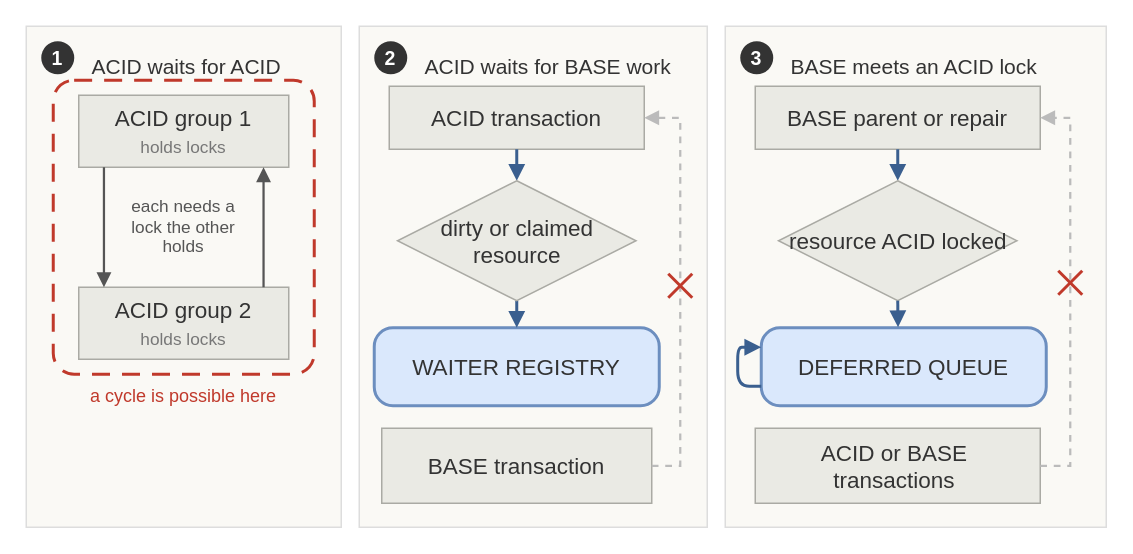
mililika/bachelor-thesis-tum-acid-base-adaptivity keeps this draw.io diagram as figures/fig-deadlock-freedom.drawio. Above is the earlier version. Source tidied: cells renumbered, new cells numbered last; positions are measured from the earlier drawing's top-left corner, leaving out a move shared by most shapes. Both pictures are drawn from the tidied source at 150%, with x=0, y=0 at pixel (26, 26).
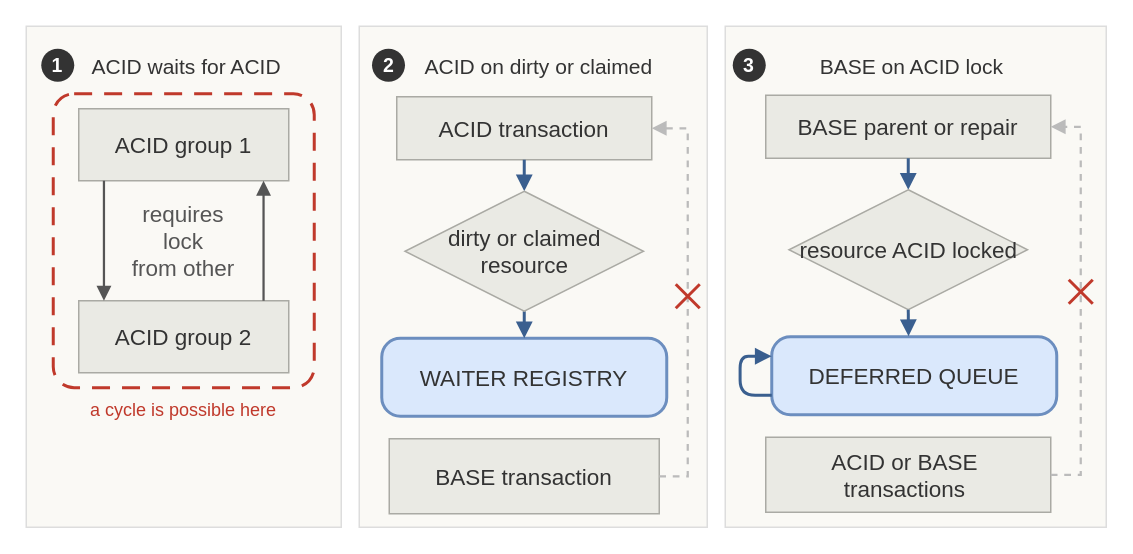
The same diagram, later.

Diff of the diagram source:
```diff
@@
-    <mxCell id="3" value="&lt;span style=&quot;font-weight: normal;&quot;&gt;ACID waits for BASE work&lt;/span&gt;" style="rounded=0;whiteSpace=wrap;html=1;fillColor=#faf9f5;strokeColor=#dddddd;verticalAlign=top;align=left;spacingLeft=42;spacingTop=12;fontSize=14;fontFamily=Helvetica;fontColor=#333333;fontStyle=1;" parent="1" vertex="1">
+    <mxCell id="3" value="&lt;span style=&quot;font-weight: normal;&quot;&gt;ACID on dirty or claimed&lt;/span&gt;" style="rounded=0;whiteSpace=wrap;html=1;fillColor=#faf9f5;strokeColor=#dddddd;verticalAlign=top;align=left;spacingLeft=42;spacingTop=12;fontSize=14;fontFamily=Helvetica;fontColor=#333333;fontStyle=1;" parent="1" vertex="1">
       <mxGeometry x="222" width="232" height="334" as="geometry" />
     </mxCell>
-    <mxCell id="4" value="&lt;span style=&quot;font-weight: normal;&quot;&gt;BASE meets an ACID lock&lt;/span&gt;" style="rounded=0;whiteSpace=wrap;html=1;fillColor=#faf9f5;strokeColor=#dddddd;verticalAlign=top;align=left;spacingLeft=42;spacingTop=12;fontSize=14;fontFamily=Helvetica;fontColor=#333333;fontStyle=1;" parent="1" vertex="1">
+    <mxCell id="4" value="&lt;span style=&quot;font-weight: normal;&quot;&gt;&amp;nbsp; &amp;nbsp; &amp;nbsp;BASE on ACID lock&lt;/span&gt;" style="rounded=0;whiteSpace=wrap;html=1;fillColor=#faf9f5;strokeColor=#dddddd;verticalAlign=top;align=left;spacingLeft=42;spacingTop=12;fontSize=14;fontFamily=Helvetica;fontColor=#333333;fontStyle=1;" parent="1" vertex="1">
       <mxGeometry x="466" width="254" height="334" as="geometry" />
     </mxCell>
     <mxCell id="5" style="rounded=1;arcSize=8;whiteSpace=wrap;html=1;fillColor=none;strokeColor=#c0392b;strokeWidth=2;dashed=1;dashPattern=6 4;" parent="1" vertex="1">
-      <mxGeometry x="18" y="36" width="174" height="196" as="geometry" />
+      <mxGeometry x="18" y="45" width="174" height="196" as="geometry" />
     </mxCell>
-    <mxCell id="6" value="ACID group 1&lt;br&gt;&lt;font style=&quot;font-size: 11.5px;&quot; color=&quot;#777777&quot;&gt;holds locks&lt;/font&gt;" style="rounded=0;whiteSpace=wrap;html=1;fillColor=#eaeae4;strokeColor=#aaaaa4;fontFamily=Helvetica;fontSize=15;fontColor=#333333;" parent="1" vertex="1">
-      <mxGeometry x="35" y="46" width="140" height="48" as="geometry" />
+    <mxCell id="6" value="ACID group 1" style="rounded=0;whiteSpace=wrap;html=1;fillColor=#eaeae4;strokeColor=#aaaaa4;fontFamily=Helvetica;fontSize=15;fontColor=#333333;" parent="1" vertex="1">
+      <mxGeometry x="35" y="55" width="140" height="48" as="geometry" />
     </mxCell>
-    <mxCell id="7" value="ACID group 2&lt;br&gt;&lt;font style=&quot;font-size: 11.5px;&quot; color=&quot;#777777&quot;&gt;holds locks&lt;/font&gt;" style="rounded=0;whiteSpace=wrap;html=1;fillColor=#eaeae4;strokeColor=#aaaaa4;fontFamily=Helvetica;fontSize=15;fontColor=#333333;" parent="1" vertex="1">
-      <mxGeometry x="35" y="174" width="140" height="48" as="geometry" />
+    <mxCell id="7" value="ACID group 2" style="rounded=0;whiteSpace=wrap;html=1;fillColor=#eaeae4;strokeColor=#aaaaa4;fontFamily=Helvetica;fontSize=15;fontColor=#333333;" parent="1" vertex="1">
+      <mxGeometry x="35" y="183" width="140" height="48" as="geometry" />
     </mxCell>
@@
-    <mxCell id="10" value="each needs a lock the other holds" style="text;html=1;whiteSpace=wrap;align=center;verticalAlign=middle;fontSize=11.5;fontFamily=Helvetica;fontColor=#555555;" parent="1" vertex="1">
-      <mxGeometry x="63" y="109" width="84" height="50" as="geometry" />
+    <mxCell id="10" value="requires lock&lt;div&gt;from other&lt;/div&gt;" style="text;html=1;whiteSpace=wrap;align=center;verticalAlign=middle;fontSize=15;fontFamily=Helvetica;fontColor=#555555;" parent="1" vertex="1">
+      <mxGeometry x="63" y="118" width="84" height="50" as="geometry" />
     </mxCell>
     <mxCell id="11" value="&lt;span style=&quot;font-weight: normal;&quot;&gt;a cycle is possible here&lt;/span&gt;" style="text;html=1;whiteSpace=wrap;align=center;verticalAlign=middle;fontSize=12;fontFamily=Helvetica;fontColor=#c0392b;fontStyle=1;" parent="1" vertex="1">
-      <mxGeometry x="18" y="238" width="174" height="18" as="geometry" />
+      <mxGeometry x="18" y="247" width="174" height="18" as="geometry" />
     </mxCell>
     <mxCell id="12" value="ACID transaction" style="rounded=0;whiteSpace=wrap;html=1;fillColor=#eaeae4;strokeColor=#aaaaa4;fontFamily=Helvetica;fontSize=15;fontColor=#333333;" parent="1" vertex="1">
-      <mxGeometry x="242" y="40" width="170" height="42" as="geometry" />
+      <mxGeometry x="247" y="47" width="170" height="42" as="geometry" />
     </mxCell>
     <mxCell id="13" value="WAITER REGISTRY" style="rounded=1;arcSize=24;whiteSpace=wrap;html=1;fillColor=#dae8fc;strokeColor=#6c8ebf;strokeWidth=2;fontFamily=Helvetica;fontSize=15;fontColor=#333333;" parent="1" vertex="1">
-      <mxGeometry x="232" y="201" width="190" height="52" as="geometry" />
+      <mxGeometry x="237" y="208" width="190" height="52" as="geometry" />
     </mxCell>
     <mxCell id="14" value="BASE transaction" style="rounded=0;whiteSpace=wrap;html=1;fillColor=#eaeae4;strokeColor=#aaaaa4;fontFamily=Helvetica;fontSize=15;fontColor=#333333;" parent="1" vertex="1">
-      <mxGeometry x="237" y="268" width="180" height="50" as="geometry" />
+      <mxGeometry x="242" y="275" width="180" height="50" as="geometry" />
     </mxCell>
@@
     <mxCell id="17" style="edgeStyle=orthogonalEdgeStyle;rounded=0;html=1;strokeWidth=1.5;strokeColor=#bbbbbb;dashed=1;endArrow=block;endFill=1;exitX=1;exitY=0.5;exitDx=0;exitDy=0;entryX=1;entryY=0.5;entryDx=0;entryDy=0;" parent="1" edge="1" source="14" target="12">
       <mxGeometry relative="1" as="geometry">
         <Array as="points">
-          <mxPoint x="436" y="293" />
-          <mxPoint x="436" y="61" />
+          <mxPoint x="441" y="300" />
+          <mxPoint x="441" y="68" />
         </Array>
       </mxGeometry>
     </mxCell>
     <mxCell id="18" style="rounded=0;html=1;strokeWidth=2;strokeColor=#c0392b;endArrow=none;" parent="1" edge="1">
       <mxGeometry relative="1" as="geometry">
-        <mxPoint x="428" y="165" as="sourcePoint" />
-        <mxPoint x="444" y="181" as="targetPoint" />
+        <mxPoint x="433" y="172" as="sourcePoint" />
+        <mxPoint x="449" y="188" as="targetPoint" />
       </mxGeometry>
     </mxCell>
     <mxCell id="19" style="rounded=0;html=1;strokeWidth=2;strokeColor=#c0392b;endArrow=none;" parent="1" edge="1">
       <mxGeometry relative="1" as="geometry">
-        <mxPoint x="444" y="165" as="sourcePoint" />
-        <mxPoint x="428" y="181" as="targetPoint" />
+        <mxPoint x="449" y="172" as="sourcePoint" />
+        <mxPoint x="433" y="188" as="targetPoint" />
       </mxGeometry>
     </mxCell>
     <mxCell id="20" value="BASE parent or repair" style="rounded=0;whiteSpace=wrap;html=1;fillColor=#eaeae4;strokeColor=#aaaaa4;fontFamily=Helvetica;fontSize=15;fontColor=#333333;" parent="1" vertex="1">
-      <mxGeometry x="486" y="40" width="190" height="42" as="geometry" />
+      <mxGeometry x="493" y="46" width="190" height="42" as="geometry" />
     </mxCell>
     <mxCell id="21" value="DEFERRED QUEUE" style="rounded=1;arcSize=24;whiteSpace=wrap;html=1;fillColor=#dae8fc;strokeColor=#6c8ebf;strokeWidth=2;fontFamily=Helvetica;fontSize=15;fontColor=#333333;" parent="1" vertex="1">
-      <mxGeometry x="490" y="201" width="190" height="52" as="geometry" />
+      <mxGeometry x="497" y="207" width="190" height="52" as="geometry" />
     </mxCell>
@@
-    <mxCell id="23" style="edgeStyle=orthogonalEdgeStyle;rounded=1;html=1;strokeWidth=2;strokeColor=#3a5f8f;endArrow=block;endFill=1;exitX=0;exitY=0.75;exitDx=0;exitDy=0;entryX=0;entryY=0.25;entryDx=0;entryDy=0;innerLoopWaypoints=1;" parent="1" edge="1" source="21" target="21">
+    <mxCell id="23" style="rounded=1;html=1;strokeWidth=2;strokeColor=#3a5f8f;endArrow=block;endFill=1;exitX=0;exitY=0.75;exitDx=0;exitDy=0;entryX=0;entryY=0.25;entryDx=0;entryDy=0;innerLoopWaypoints=1;edgeStyle=orthogonalEdgeStyle;" parent="1" edge="1" source="21" target="21">
       <mxGeometry relative="1" as="geometry">
         <Array as="points">
-          <mxPoint x="474.3" y="240.1" />
-          <mxPoint x="474.3" y="214.1" />
+          <mxPoint x="475.9" y="246.1" />
+          <mxPoint x="475.9" y="220.1" />
         </Array>
       </mxGeometry>
     </mxCell>
     <mxCell id="24" value="&lt;font&gt;ACID or BASE&amp;nbsp;&lt;/font&gt;&lt;div&gt;&lt;font&gt;transactions&amp;nbsp;&lt;/font&gt;&lt;/div&gt;" style="rounded=0;whiteSpace=wrap;html=1;fillColor=#eaeae4;strokeColor=#aaaaa4;fontFamily=Helvetica;fontSize=15;fontColor=#333333;" parent="1" vertex="1">
-      <mxGeometry x="486" y="268" width="190" height="50" as="geometry" />
+      <mxGeometry x="493" y="274" width="190" height="50" as="geometry" />
     </mxCell>
     <mxCell id="25" style="edgeStyle=orthogonalEdgeStyle;rounded=0;html=1;strokeWidth=1.5;strokeColor=#bbbbbb;dashed=1;endArrow=block;endFill=1;exitX=1;exitY=0.5;exitDx=0;exitDy=0;entryX=1;entryY=0.5;entryDx=0;entryDy=0;" parent="1" edge="1" source="24" target="20">
       <mxGeometry relative="1" as="geometry">
         <Array as="points">
-          <mxPoint x="696" y="293" />
-          <mxPoint x="696" y="61" />
+          <mxPoint x="703" y="299" />
+          <mxPoint x="703" y="67" />
         </Array>
       </mxGeometry>
     </mxCell>
     <mxCell id="26" value="&lt;span style=&quot;font-size: 15px;&quot;&gt;dirty or claimed resource&lt;/span&gt;&lt;br style=&quot;font-size: 15px;&quot;&gt;" style="rhombus;whiteSpace=wrap;html=1;shapeInside=1;fillColor=#EAEAE4;fontColor=#333333;strokeColor=#AAAAA4;gradientColor=none;" parent="1" vertex="1">
-      <mxGeometry x="247.5" y="103" width="159" height="80" as="geometry" />
+      <mxGeometry x="252.5" y="110" width="159" height="80" as="geometry" />
     </mxCell>
     <mxCell id="27" value="&lt;font style=&quot;font-size: 15px;&quot;&gt;resource ACID locked&lt;/font&gt;" style="rhombus;whiteSpace=wrap;html=1;shapeInside=1;fillColor=#EAEAE4;fontColor=#333333;strokeColor=#AAAAA4;gradientColor=none;" parent="1" vertex="1">
-      <mxGeometry x="501.5" y="103" width="159" height="80" as="geometry" />
+      <mxGeometry x="508.5" y="109" width="159" height="80" as="geometry" />
     </mxCell>
@@
     <mxCell id="29" style="group;" parent="1" vertex="1">
-      <mxGeometry x="688" y="163" width="16" height="16" as="geometry" />
+      <mxGeometry x="695" y="169" width="16" height="16" as="geometry" />
     </mxCell>
@@
     <mxCell id="32" value="1" style="ellipse;whiteSpace=wrap;html=1;fillColor=#333333;strokeColor=none;fontColor=#ffffff;fontSize=13;fontFamily=Helvetica;fontStyle=1;verticalAlign=middle;align=center;" parent="1" vertex="1">
-      <mxGeometry x="10" y="10" width="22" height="22" as="geometry" />
+      <mxGeometry x="10" y="15" width="22" height="22" as="geometry" />
     </mxCell>
     <mxCell id="33" value="2" style="ellipse;whiteSpace=wrap;html=1;fillColor=#333333;strokeColor=none;fontColor=#ffffff;fontSize=13;fontFamily=Helvetica;fontStyle=1;verticalAlign=middle;align=center;" parent="1" vertex="1">
-      <mxGeometry x="232" y="10" width="22" height="22" as="geometry" />
+      <mxGeometry x="230.5" y="15" width="22" height="22" as="geometry" />
     </mxCell>
     <mxCell id="34" value="3" style="ellipse;whiteSpace=wrap;html=1;fillColor=#333333;strokeColor=none;fontColor=#ffffff;fontSize=13;fontFamily=Helvetica;fontStyle=1;verticalAlign=middle;align=center;" parent="1" vertex="1">
-      <mxGeometry x="476" y="10" width="22" height="22" as="geometry" />
+      <mxGeometry x="471" y="15" width="22" height="22" as="geometry" />
     </mxCell>
```
